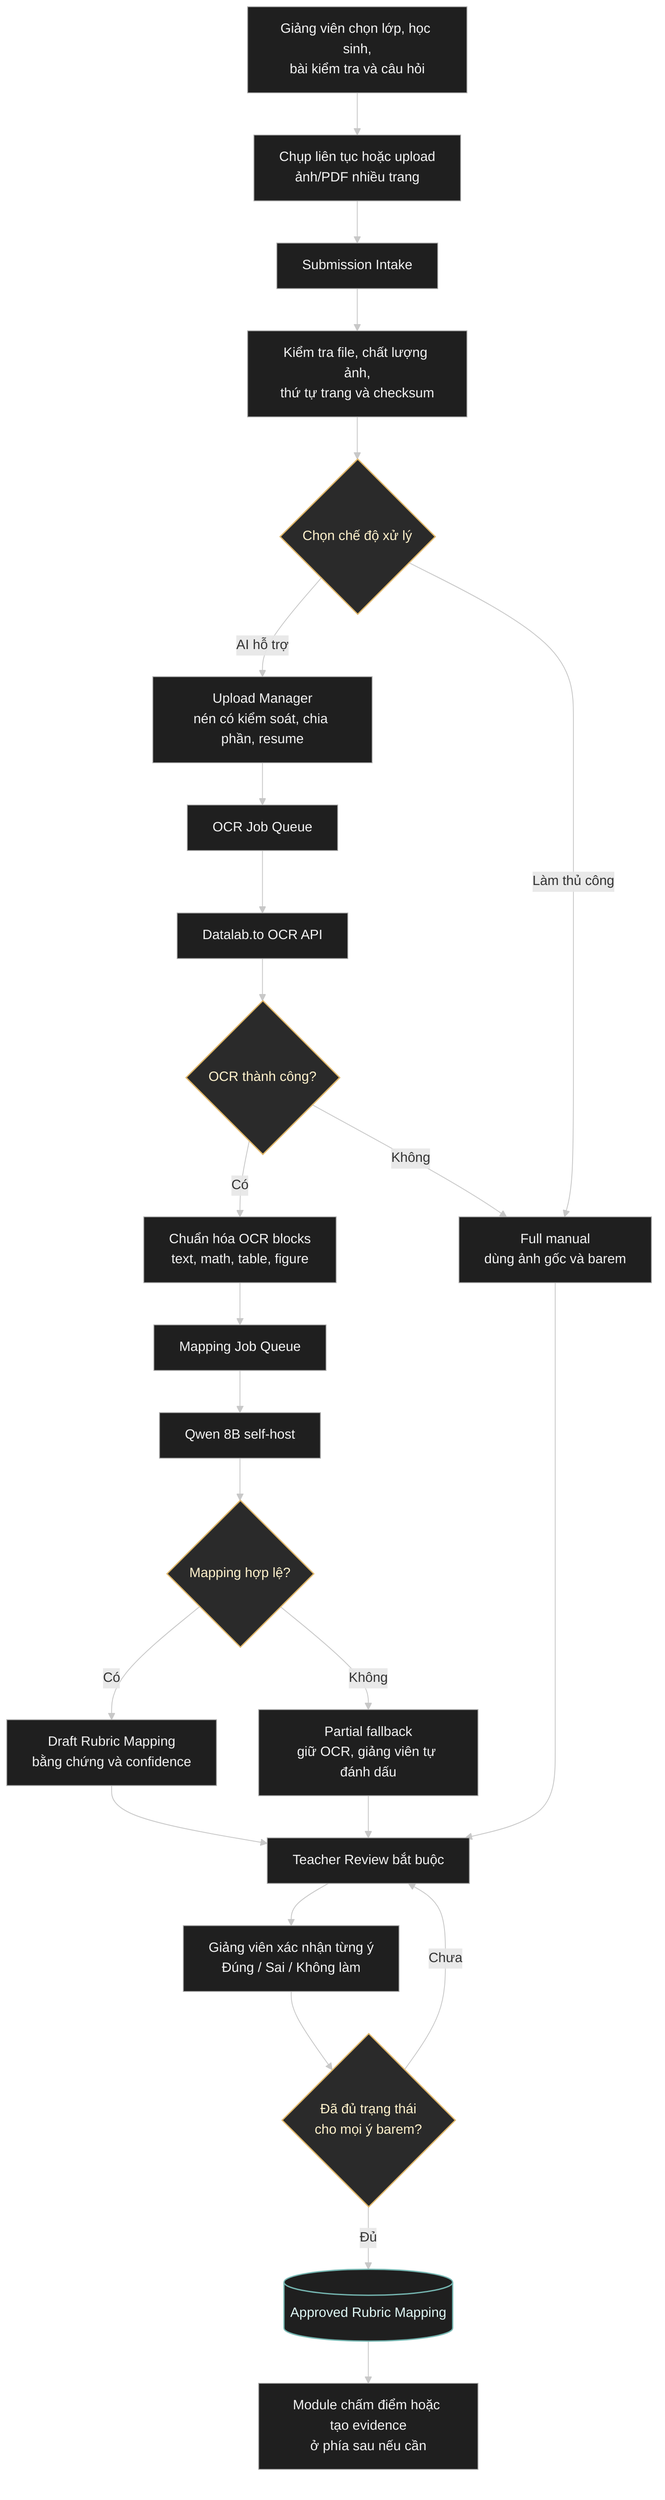
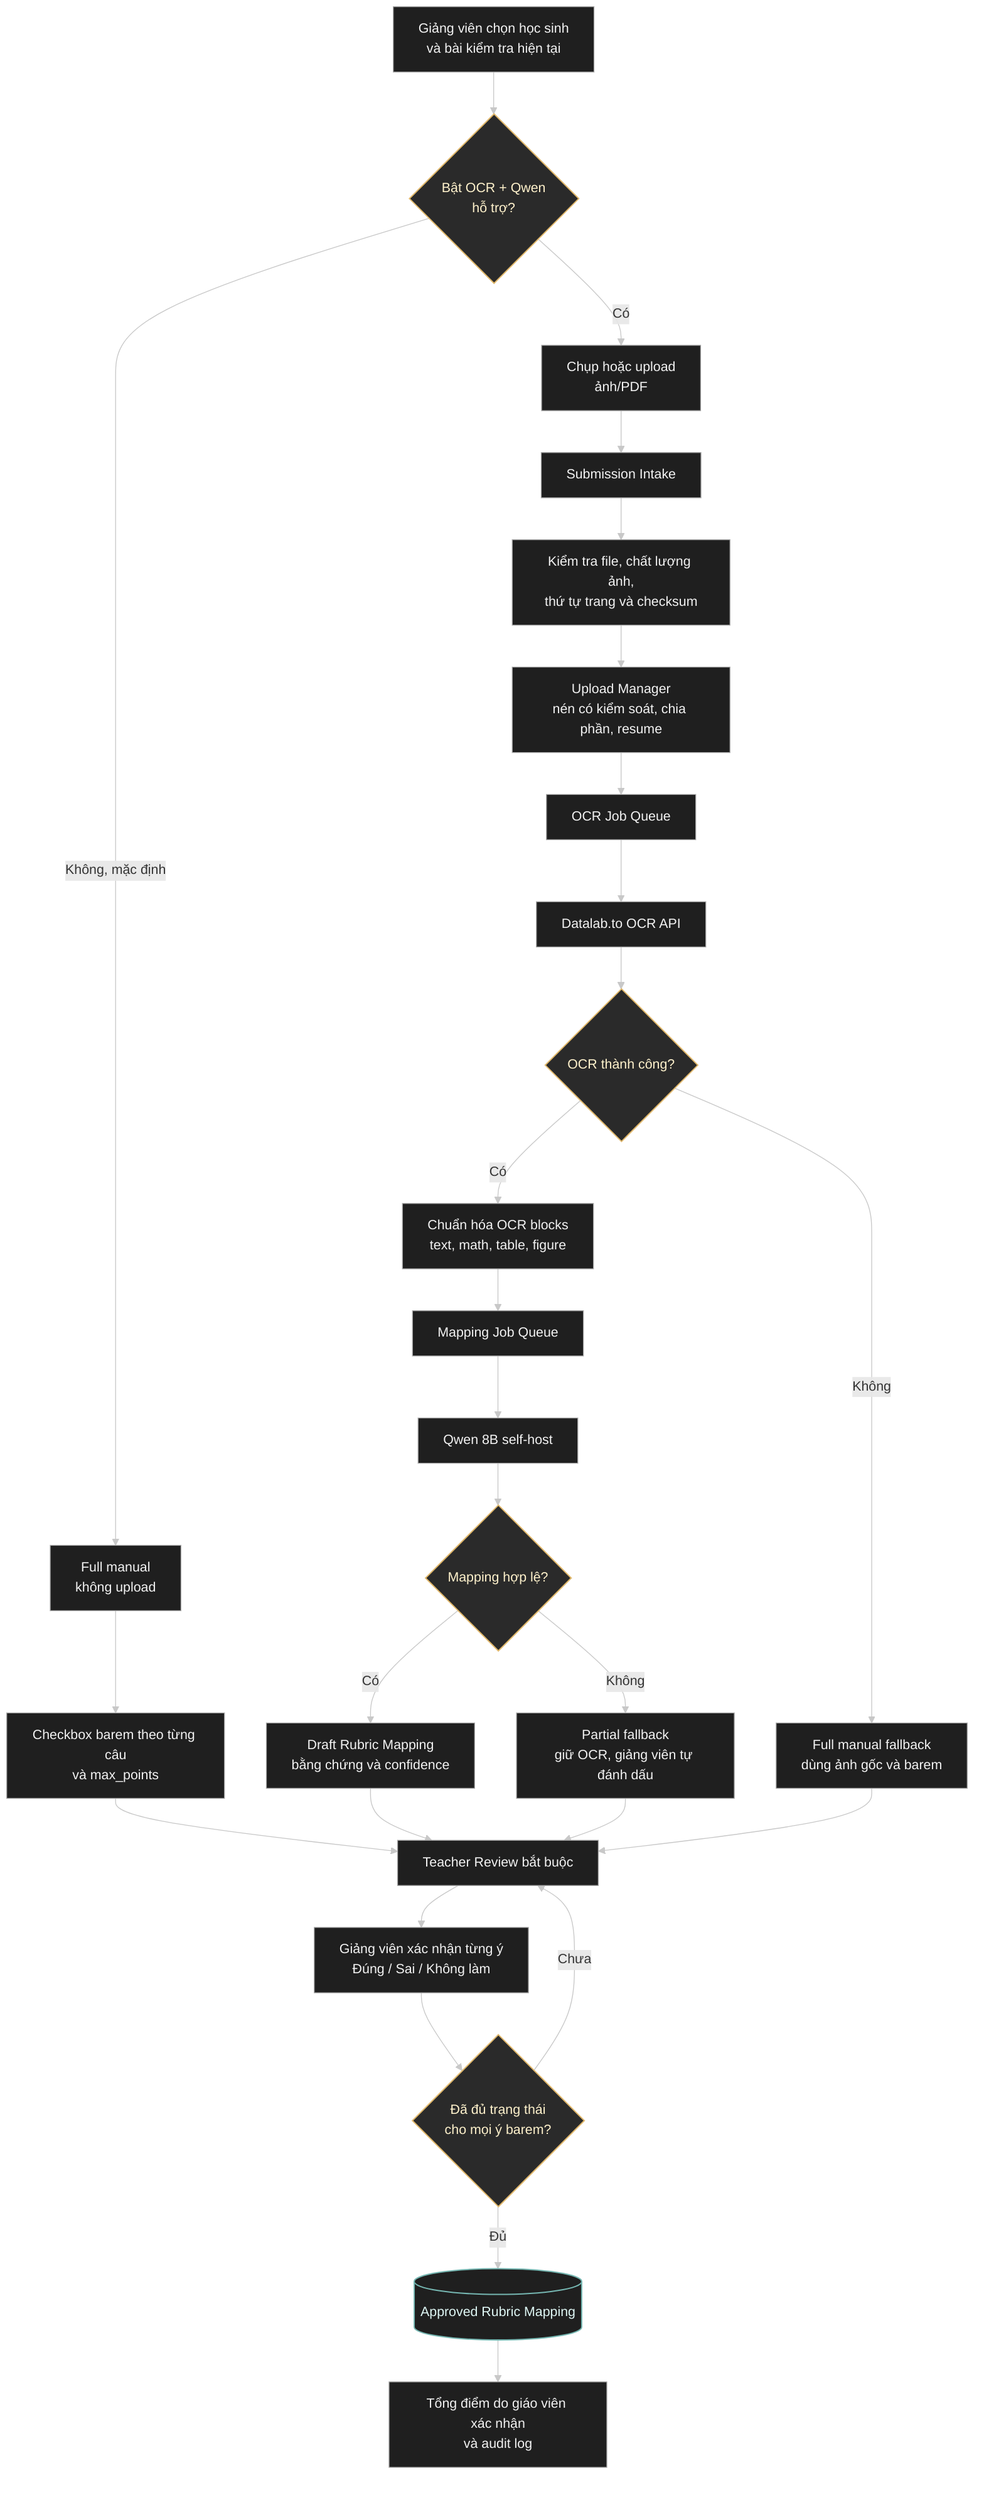
%%{init: {"theme": "base", "themeVariables": {"background": "#1f1f1f", "primaryColor": "#1f1f1f", "primaryTextColor": "#f3f3f3", "primaryBorderColor": "#a8a8a8", "secondaryColor": "#1f1f1f", "tertiaryColor": "#1f1f1f", "lineColor": "#c8c8c8", "edgeLabelBackground": "#1f1f1f", "fontFamily": "Georgia, 'Times New Roman', serif"}}}%%
flowchart TD
-     A[Giảng viên chọn lớp, học sinh,<br/>bài kiểm tra và câu hỏi] --> B[Chụp liên tục hoặc upload<br/>ảnh/PDF nhiều trang]
+     A[Giảng viên chọn học sinh<br/>và bài kiểm tra hiện tại] --> E{Bật OCR + Qwen<br/>hỗ trợ?}
+ 
+     E -- Có --> B[Chụp hoặc upload<br/>ảnh/PDF]
    B --> C[Submission Intake]
    C --> D[Kiểm tra file, chất lượng ảnh,<br/>thứ tự trang và checksum]
-     D --> E{Chọn chế độ xử lý}
- 
-     E -- AI hỗ trợ --> F[Upload Manager<br/>nén có kiểm soát, chia phần, resume]
+     D --> F[Upload Manager<br/>nén có kiểm soát, chia phần, resume]
    F --> G[OCR Job Queue]
    G --> H[Datalab.to OCR API]
    H --> I{OCR thành công?}

    I -- Có --> J[Chuẩn hóa OCR blocks<br/>text, math, table, figure]
    J --> K[Mapping Job Queue]
    K --> L[Qwen 8B self-host]
    L --> M{Mapping hợp lệ?}
    M -- Có --> N[Draft Rubric Mapping<br/>bằng chứng và confidence]
    M -- Không --> O[Partial fallback<br/>giữ OCR, giảng viên tự đánh dấu]

-     I -- Không --> P[Full manual<br/>dùng ảnh gốc và barem]
-     E -- Làm thủ công --> P
+     I -- Không --> P[Full manual fallback<br/>dùng ảnh gốc và barem]
+     E -- Không, mặc định --> P0[Full manual<br/>không upload]
+     P0 --> P1[Checkbox barem theo từng câu<br/>và max_points]
+     P1 --> Q

    N --> Q[Teacher Review bắt buộc]
    O --> Q
    P --> Q

    Q --> R[Giảng viên xác nhận từng ý<br/>Đúng / Sai / Không làm]
    R --> S{Đã đủ trạng thái<br/>cho mọi ý barem?}
    S -- Chưa --> Q
    S -- Đủ --> T[(Approved Rubric Mapping)]

-     T --> U[Module chấm điểm hoặc tạo evidence<br/>ở phía sau nếu cần]
+     T --> U[Tổng điểm do giáo viên xác nhận<br/>và audit log]

    classDef default fill:#1f1f1f,stroke:#a8a8a8,color:#f3f3f3,stroke-width:1px
    classDef decision fill:#2a2a2a,stroke:#e0b76a,color:#fff2cc,stroke-width:1.5px
    classDef store fill:#1f1f1f,stroke:#76b7b2,color:#dff7f5,stroke-width:1.5px
    class E,I,M,S decision
    class T store
    linkStyle default stroke:#c8c8c8,stroke-width:1px
